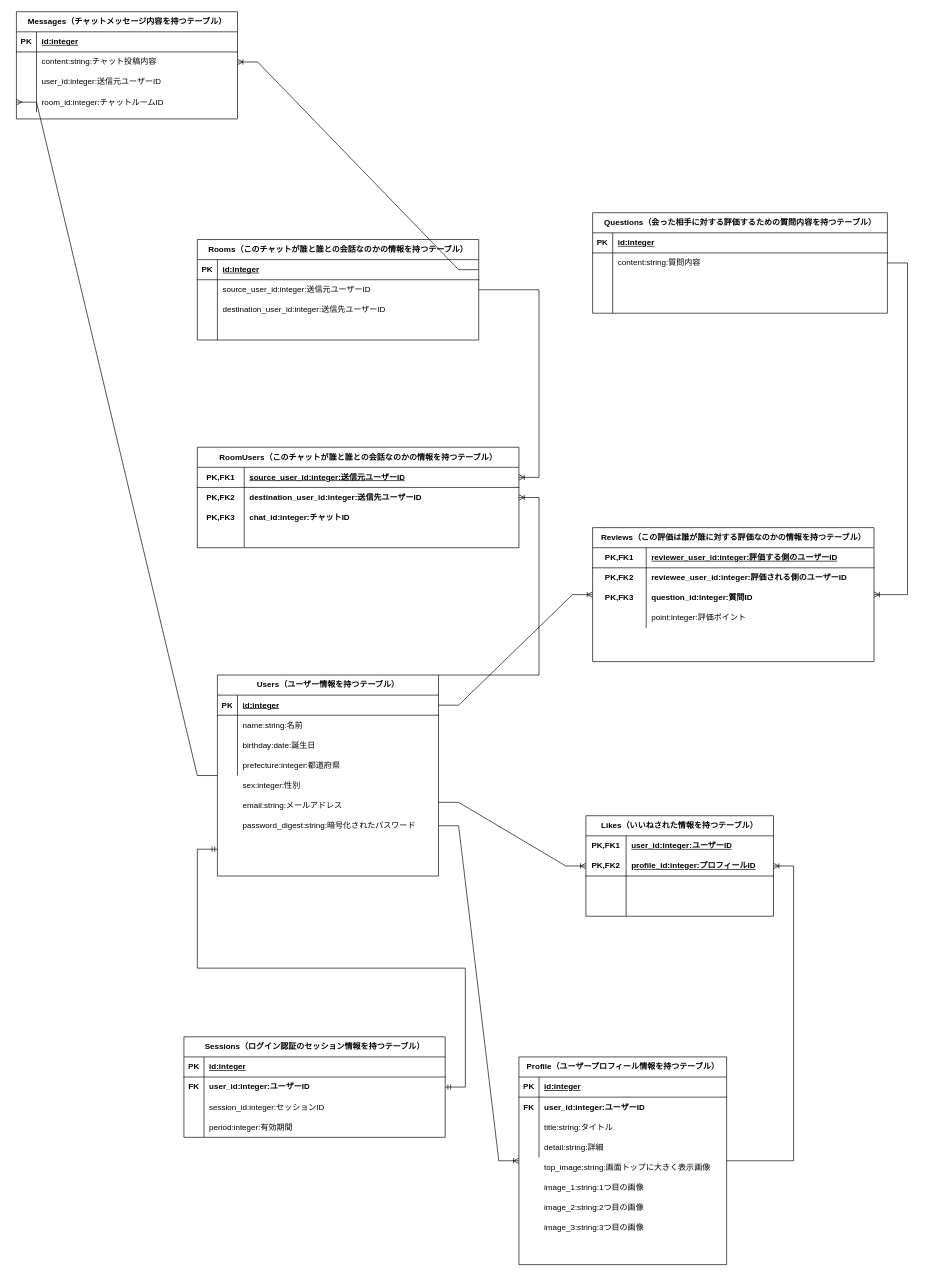
Above: ER図.drawio in kazuyuki-m/portfolio (draw.io), before the change. Source tidied: cells renumbered, new cells numbered last; positions are measured from the earlier drawing's top-left corner, leaving out a move shared by most shapes. Both pictures are drawn from the tidied source at 67%, with x=0, y=0 at pixel (16, 11).
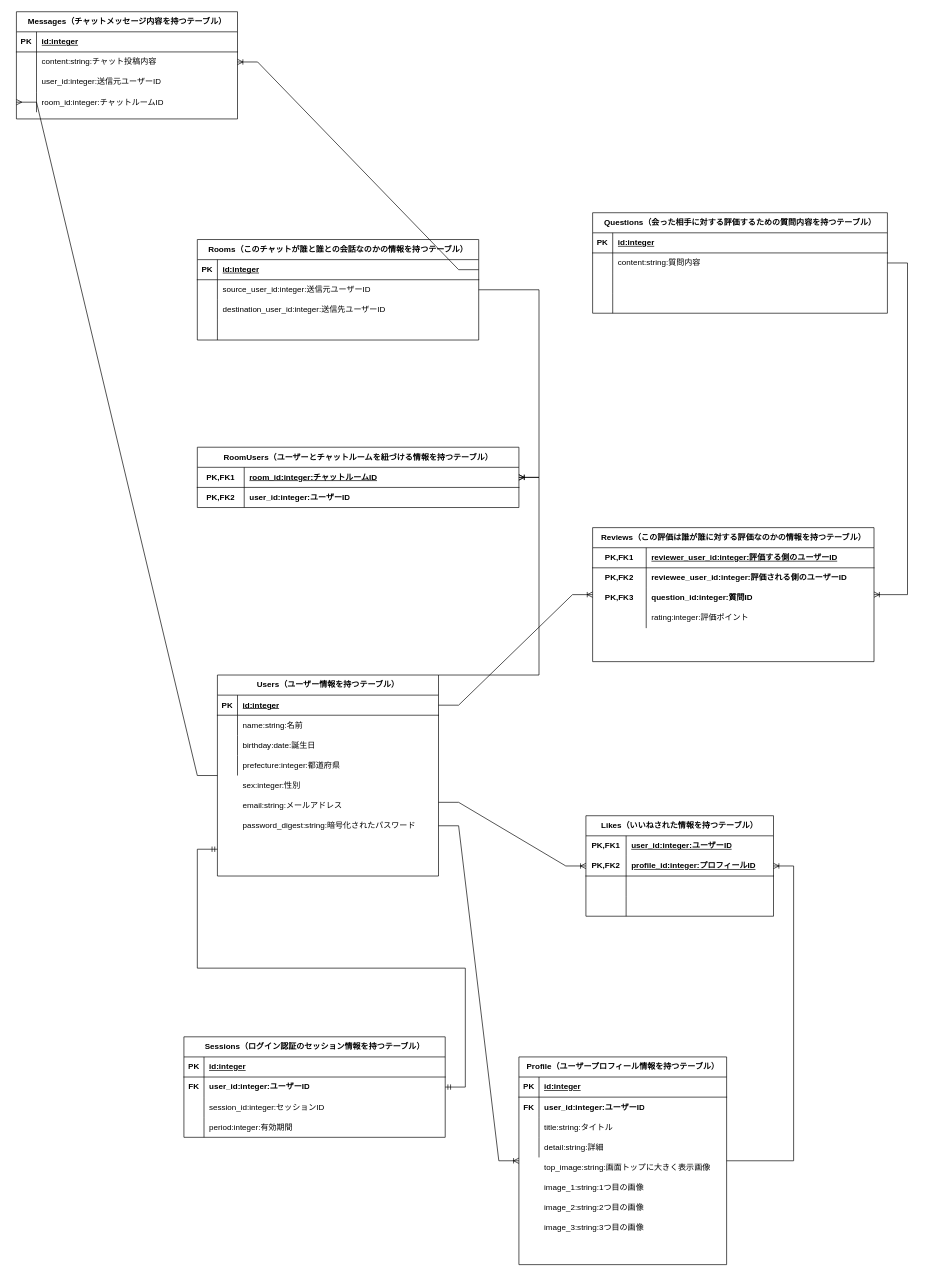
Above is the later version.

The change refers to these unchanged cells:
```xml
<mxCell id="38" style="shape=tableRow;horizontal=0;startSize=0;swimlaneHead=0;swimlaneBody=0;fillColor=none;top=0;left=0;right=0;bottom=0;" parent="28" vertex="1">
  <mxGeometry y="120" width="420" height="30" as="geometry" />
</mxCell>
<mxCell id="114" style="group;" parent="1" vertex="1">
  <mxGeometry x="270" y="650" width="480" height="150" as="geometry" />
</mxCell>
<mxCell id="116" style="shape=tableRow;horizontal=0;startSize=0;swimlaneHead=0;swimlaneBody=0;fillColor=none;points=[[0,0.5],[1,0.5]];portConstraint=eastwest;top=0;left=0;right=0;bottom=1;" parent="115" vertex="1">
  <mxGeometry y="30" width="480" height="30" as="geometry" />
</mxCell>
<mxCell id="119" style="shape=tableRow;horizontal=0;startSize=0;swimlaneHead=0;swimlaneBody=0;fillColor=none;top=0;left=0;right=0;bottom=0;" parent="115" vertex="1">
  <mxGeometry y="60" width="480" height="30" as="geometry" />
</mxCell>
```

The edit, as a diff of the source:
```diff
@@
-    <mxCell id="40" value="point:integer:評価ポイント" style="shape=partialRectangle;fillColor=none;top=0;left=0;bottom=0;right=0;align=left;spacingLeft=6;overflow=hidden;whiteSpace=wrap;html=1;" parent="38" vertex="1">
+    <mxCell id="40" value="rating:integer:評価ポイント" style="shape=partialRectangle;fillColor=none;top=0;left=0;bottom=0;right=0;align=left;spacingLeft=6;overflow=hidden;whiteSpace=wrap;html=1;" parent="38" vertex="1">
       <mxGeometry x="80" width="340" height="30" as="geometry" />
     </mxCell>
@@
-    <mxCell id="115" value="RoomUsers（このチャットが誰と誰との会話なのかの情報を持つテーブル）" style="shape=table;startSize=30;childLayout=tableLayout;rowLines=0;fontStyle=1;align=center;html=1;" parent="114" vertex="1">
-      <mxGeometry width="480" height="150" as="geometry" />
+    <mxCell id="115" value="RoomUsers（ユーザーとチャットルームを紐づける情報を持つテーブル）" style="shape=table;startSize=30;childLayout=tableLayout;rowLines=0;fontStyle=1;align=center;html=1;" parent="114" vertex="1">
+      <mxGeometry width="480" height="90" as="geometry" />
     </mxCell>
@@
-    <mxCell id="118" value="source_user_id:integer:送信元ユーザーID" style="shape=partialRectangle;fillColor=none;top=0;left=0;bottom=0;right=0;align=left;spacingLeft=6;fontStyle=5;overflow=hidden;whiteSpace=wrap;html=1;" parent="116" vertex="1">
+    <mxCell id="118" value="room_id:integer:チャットルームID" style="shape=partialRectangle;fillColor=none;top=0;left=0;bottom=0;right=0;align=left;spacingLeft=6;fontStyle=5;overflow=hidden;whiteSpace=wrap;html=1;" parent="116" vertex="1">
       <mxGeometry x="70" width="410" height="30" as="geometry" />
     </mxCell>
@@
-    <mxCell id="121" value="destination_user_id:integer:送信先ユーザーID" style="shape=partialRectangle;fillColor=none;top=0;left=0;bottom=0;right=0;align=left;spacingLeft=6;overflow=hidden;whiteSpace=wrap;html=1;fontStyle=1;" parent="119" vertex="1">
+    <mxCell id="121" value="user_id:integer:ユーザーID" style="shape=partialRectangle;fillColor=none;top=0;left=0;bottom=0;right=0;align=left;spacingLeft=6;overflow=hidden;whiteSpace=wrap;html=1;fontStyle=1;" parent="119" vertex="1">
       <mxGeometry x="70" width="410" height="30" as="geometry" />
     </mxCell>
-    <mxCell id="122" style="shape=tableRow;horizontal=0;startSize=0;swimlaneHead=0;swimlaneBody=0;fillColor=none;top=0;left=0;right=0;bottom=0;" parent="115" vertex="1">
-      <mxGeometry y="90" width="480" height="30" as="geometry" />
-    </mxCell>
-    <mxCell id="123" style="shape=partialRectangle;fillColor=none;top=0;left=0;bottom=0;right=0;overflow=hidden;whiteSpace=wrap;html=1;" parent="122" vertex="1">
-      <mxGeometry width="70" height="30" as="geometry" />
-    </mxCell>
-    <mxCell id="124" value="chat_id:integer:チャットID" style="shape=partialRectangle;fillColor=none;top=0;left=0;bottom=0;right=0;align=left;spacingLeft=6;overflow=hidden;whiteSpace=wrap;html=1;fontStyle=1;" parent="122" vertex="1">
-      <mxGeometry x="70" width="410" height="30" as="geometry" />
-    </mxCell>
-    <mxCell id="125" style="shape=tableRow;horizontal=0;startSize=0;swimlaneHead=0;swimlaneBody=0;fillColor=none;top=0;left=0;right=0;bottom=0;" parent="115" vertex="1">
-      <mxGeometry y="120" width="480" height="30" as="geometry" />
-    </mxCell>
-    <mxCell id="126" style="shape=partialRectangle;fillColor=none;top=0;left=0;bottom=0;right=0;overflow=hidden;whiteSpace=wrap;html=1;" parent="125" vertex="1">
-      <mxGeometry width="70" height="30" as="geometry" />
-    </mxCell>
-    <mxCell id="127" style="shape=partialRectangle;fillColor=none;top=0;left=0;bottom=0;right=0;align=left;spacingLeft=6;overflow=hidden;whiteSpace=wrap;html=1;" parent="125" vertex="1">
-      <mxGeometry x="70" width="410" height="30" as="geometry" />
-    </mxCell>
@@
-    <mxCell id="129" value="PK,FK3" style="shape=partialRectangle;fillColor=none;top=0;left=0;bottom=0;right=0;fontStyle=1;overflow=hidden;whiteSpace=wrap;html=1;" parent="114" vertex="1">
-      <mxGeometry y="90" width="70" height="30" as="geometry" />
-    </mxCell>
```
